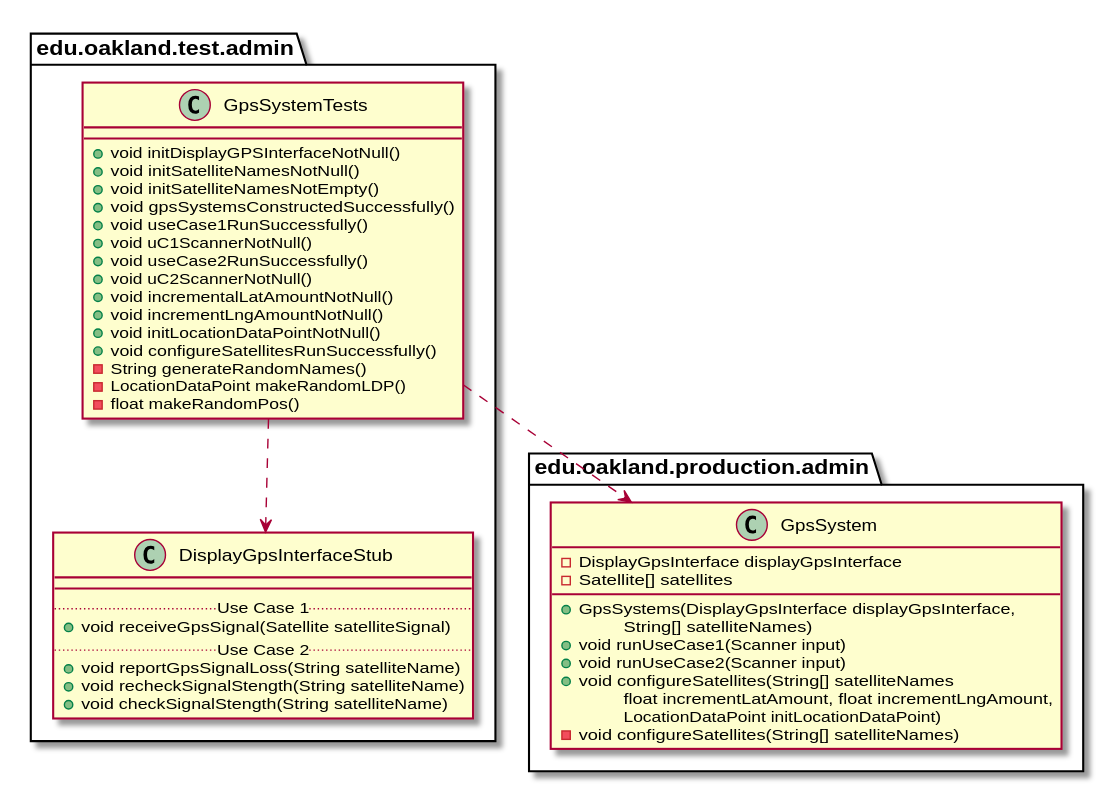
Above: docs/uml-class-diagrams/admin/test/GpsSystemTests/GpsSystemTests_DirectDependencies.svg in andrewdimmer/csi-3370-software-project (PlantUML), before the change.
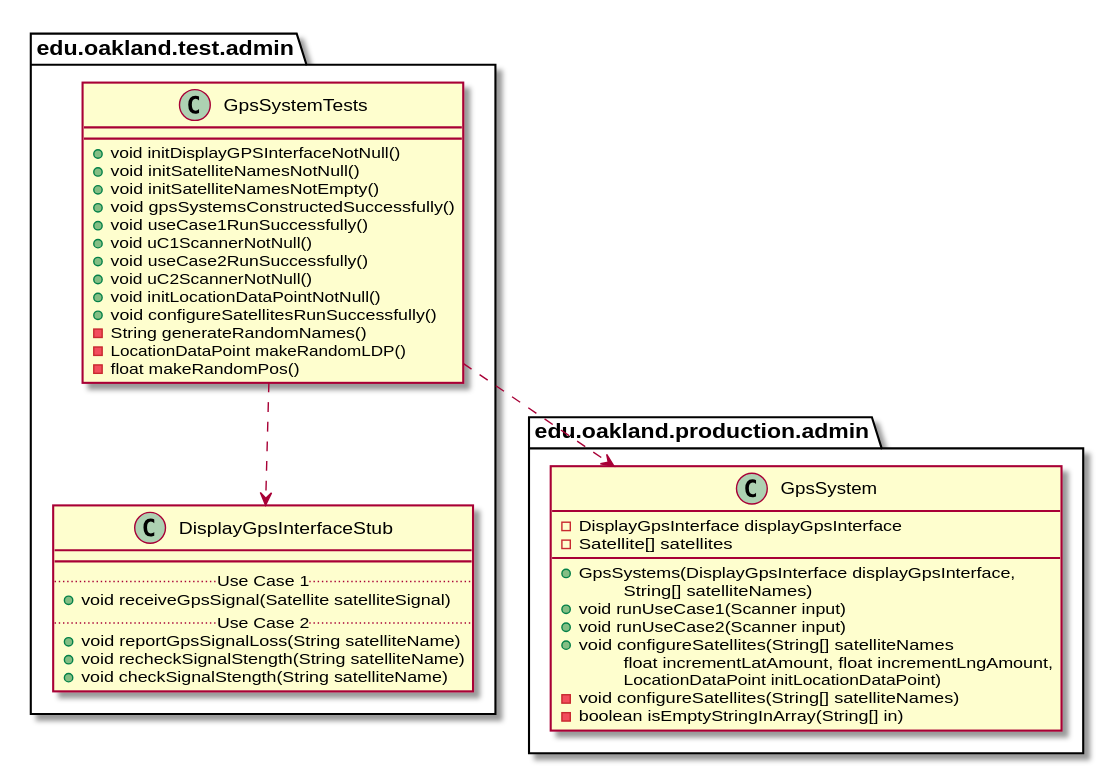
The same file after the commit.

What changed in the source:
```diff
@@ -11,8 +11,6 @@
         + void uC1ScannerNotNull()
         + void useCase2RunSuccessfully()
         + void uC2ScannerNotNull()
-        + void incrementalLatAmountNotNull()
-        + void incrementLngAmountNotNull()
         + void initLocationDataPointNotNull()
         + void configureSatellitesRunSuccessfully()
         - String generateRandomNames()
@@ -51,6 +49,7 @@
         \tfloat incrementLatAmount, float incrementLngAmount,
         \tLocationDataPoint initLocationDataPoint)
         - void configureSatellites(String[] satelliteNames)
+        - boolean isEmptyStringInArray(String[] in)
     }
 }
 
```
